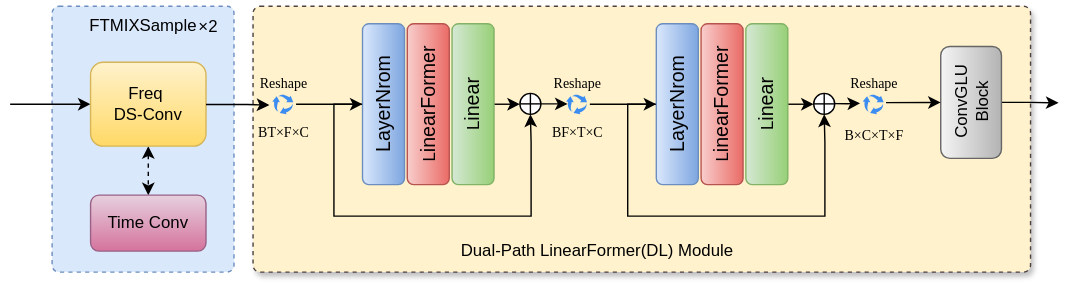
The draw.io diagram EnhanceNet.svg in cwhm123/EnhanceNet, before a commit. Source tidied: cells renumbered, new cells last; positions are measured from the earlier drawing's top-left corner, leaving out a move shared by most shapes.
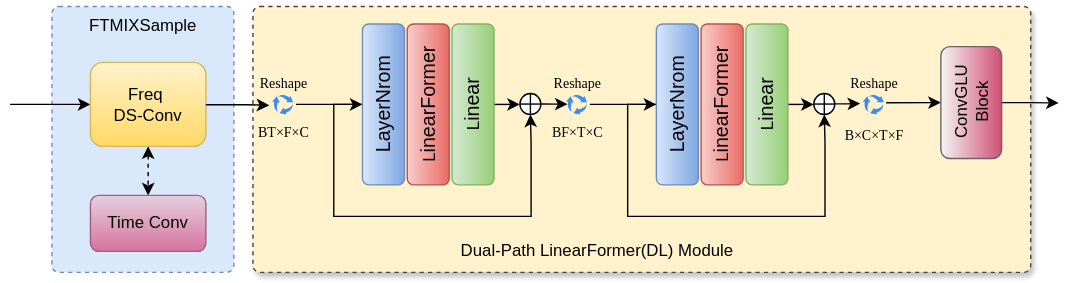
The same file after the commit.

Change to the diagram source:
```diff
@@ -70,9 +70,6 @@
     <mxCell id="17" value="Time Conv" style="rounded=1;whiteSpace=wrap;html=1;rotation=0;fillColor=#e6d0de;strokeColor=#996185;gradientColor=#d5739d;" parent="1" vertex="1">
       <mxGeometry x="57.1" y="135" width="82.5" height="40" as="geometry" />
     </mxCell>
-    <mxCell id="18" value="×2" style="text;html=1;align=center;verticalAlign=middle;strokeColor=none;fillColor=none;" parent="1" vertex="1">
-      <mxGeometry x="120.9" width="40" height="30" as="geometry" />
-    </mxCell>
     <mxCell id="19" style="sketch=0;html=1;strokeColor=none;shadow=0;fillColor=#3B8DF1;verticalAlign=top;labelPosition=center;verticalLabelPosition=bottom;shape=mxgraph.gcp2.arrow_cycle;" parent="1" vertex="1">
       <mxGeometry x="187" y="63" width="15" height="14.2" as="geometry" />
     </mxCell>
@@ -124,7 +121,7 @@
         <mxPoint x="749" y="69" as="targetPoint" />
       </mxGeometry>
     </mxCell>
-    <mxCell id="30" value="ConvGLU&lt;div&gt;Block&lt;/div&gt;" style="rounded=1;whiteSpace=wrap;html=1;fillColor=#f5f5f5;gradientColor=#b3b3b3;strokeColor=#666666;rotation=-90;" parent="1" vertex="1">
+    <mxCell id="30" value="ConvGLU&lt;div&gt;Block&lt;/div&gt;" style="rounded=1;whiteSpace=wrap;html=1;fillColor=#f5f5f5;gradientColor=light-dark(#cf4f75, #535353);strokeColor=#666666;rotation=-90;" parent="1" vertex="1">
       <mxGeometry x="646.5" y="47" width="80" height="43.4" as="geometry" />
     </mxCell>
     <mxCell id="31" style="endArrow=classic;html=1;rounded=0;entryX=0.5;entryY=0;entryDx=0;entryDy=0;exitX=1.114;exitY=0.41;exitDx=0;exitDy=0;exitPerimeter=0;" parent="1" edge="1" source="28" target="30">
```
